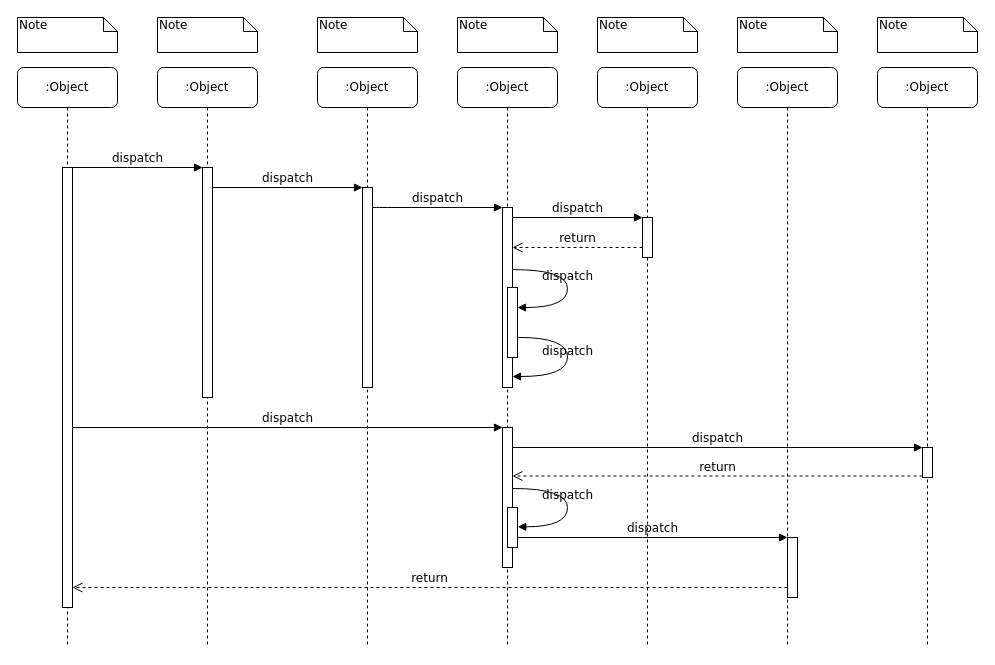
Above: Untitled Secuencia.drawio in raygoxa95/1er-Parcial (draw.io), before the change. Source tidied: cells renumbered, new cells numbered last; positions are measured from the earlier drawing's top-left corner, leaving out a move shared by most shapes. Both pictures are drawn from the tidied source at 100%, with x=0, y=0 at pixel (17, 17).
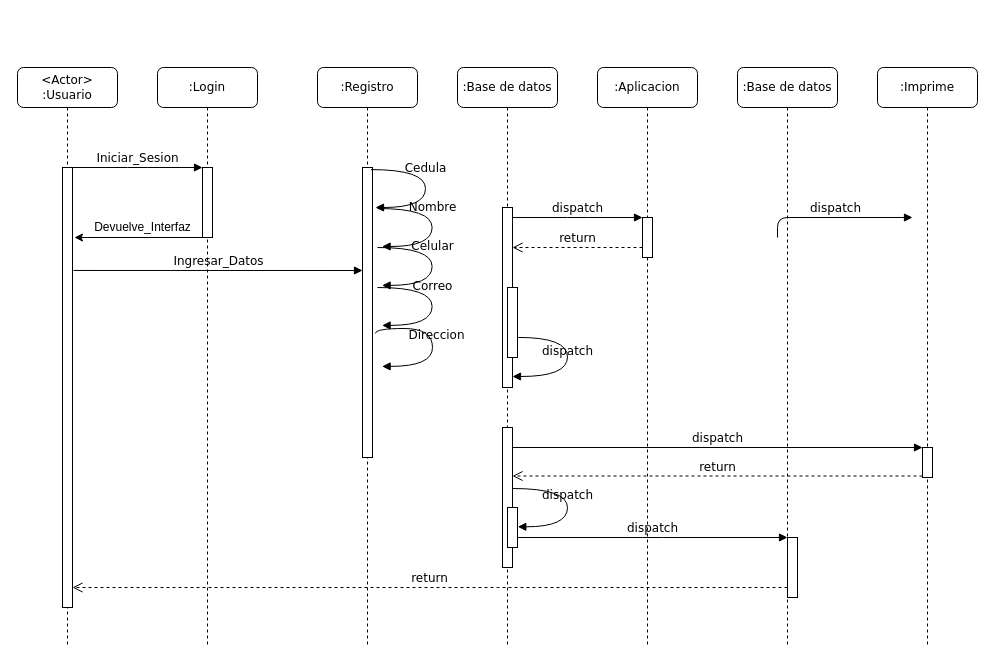
The same page after the edit.

Unchanged cells that the change refers to:
```xml
<mxCell id="11" style="html=1;points=[];perimeter=orthogonalPerimeter;rounded=0;shadow=0;comic=0;labelBackgroundColor=none;strokeWidth=1;fontFamily=Verdana;fontSize=12;align=center;" parent="10" vertex="1">
  <mxGeometry x="45" y="100" width="10" height="440" as="geometry" />
</mxCell>
<mxCell id="12" style="html=1;points=[];perimeter=orthogonalPerimeter;rounded=0;shadow=0;comic=0;labelBackgroundColor=none;strokeWidth=1;fontFamily=Verdana;fontSize=12;align=center;" parent="1" vertex="1">
  <mxGeometry x="485" y="190" width="10" height="180" as="geometry" />
</mxCell>
<mxCell id="17" style="html=1;points=[];perimeter=orthogonalPerimeter;rounded=0;shadow=0;comic=0;labelBackgroundColor=none;strokeWidth=1;fontFamily=Verdana;fontSize=12;align=center;" parent="1" vertex="1">
  <mxGeometry x="485" y="410" width="10" height="140" as="geometry" />
</mxCell>
<mxCell id="27" style="html=1;points=[];perimeter=orthogonalPerimeter;rounded=0;shadow=0;comic=0;labelBackgroundColor=none;strokeWidth=1;fontFamily=Verdana;fontSize=12;align=center;" parent="1" vertex="1">
  <mxGeometry x="490" y="270" width="10" height="70" as="geometry" />
</mxCell>
```

Change to the diagram source:
```diff
@@
+    <mxCell id="39" style="edgeStyle=orthogonalEdgeStyle;rounded=0;jettySize=auto;html=1;" parent="1" edge="1" source="2">
+      <mxGeometry relative="1" as="geometry">
+        <mxPoint x="57" y="220" as="targetPoint" />
+        <Array as="points">
+          <mxPoint x="57" y="220" />
+        </Array>
+      </mxGeometry>
+    </mxCell>
-    <mxCell id="2" value=":Object" style="shape=umlLifeline;perimeter=lifelinePerimeter;whiteSpace=wrap;html=1;outlineConnect=0;rounded=1;shadow=0;comic=0;labelBackgroundColor=none;strokeWidth=1;fontFamily=Verdana;fontSize=12;align=center;" parent="1" vertex="1">
+    <mxCell id="2" value=":Login" style="shape=umlLifeline;perimeter=lifelinePerimeter;whiteSpace=wrap;html=1;outlineConnect=0;rounded=1;shadow=0;comic=0;labelBackgroundColor=none;strokeWidth=1;fontFamily=Verdana;fontSize=12;align=center;" parent="1" vertex="1">
       <mxGeometry x="140" y="50" width="100" height="580" as="geometry" />
     </mxCell>
     <mxCell id="3" style="html=1;points=[];perimeter=orthogonalPerimeter;rounded=0;shadow=0;comic=0;labelBackgroundColor=none;strokeWidth=1;fontFamily=Verdana;fontSize=12;align=center;" parent="2" vertex="1">
-      <mxGeometry x="45" y="100" width="10" height="230" as="geometry" />
+      <mxGeometry x="45" y="100" width="10" height="70" as="geometry" />
     </mxCell>
-    <mxCell id="4" value=":Object" style="shape=umlLifeline;perimeter=lifelinePerimeter;whiteSpace=wrap;html=1;rounded=1;shadow=0;comic=0;labelBackgroundColor=none;strokeWidth=1;fontFamily=Verdana;fontSize=12;align=center;" parent="1" vertex="1">
+    <mxCell id="4" value=":Registro" style="shape=umlLifeline;perimeter=lifelinePerimeter;whiteSpace=wrap;html=1;rounded=1;shadow=0;comic=0;labelBackgroundColor=none;strokeWidth=1;fontFamily=Verdana;fontSize=12;align=center;" parent="1" vertex="1">
       <mxGeometry x="300" y="50" width="100" height="580" as="geometry" />
     </mxCell>
     <mxCell id="5" style="html=1;points=[];perimeter=orthogonalPerimeter;rounded=0;shadow=0;comic=0;labelBackgroundColor=none;strokeWidth=1;fontFamily=Verdana;fontSize=12;align=center;" parent="4" vertex="1">
-      <mxGeometry x="45" y="120" width="10" height="200" as="geometry" />
+      <mxGeometry x="45" y="100" width="10" height="290" as="geometry" />
     </mxCell>
-    <mxCell id="6" value=":Object" style="shape=umlLifeline;perimeter=lifelinePerimeter;whiteSpace=wrap;html=1;rounded=1;shadow=0;comic=0;labelBackgroundColor=none;strokeWidth=1;fontFamily=Verdana;fontSize=12;align=center;" parent="1" vertex="1">
+    <mxCell id="6" value=":Base de datos" style="shape=umlLifeline;perimeter=lifelinePerimeter;whiteSpace=wrap;html=1;rounded=1;shadow=0;comic=0;labelBackgroundColor=none;strokeWidth=1;fontFamily=Verdana;fontSize=12;align=center;" parent="1" vertex="1">
       <mxGeometry x="440" y="50" width="100" height="580" as="geometry" />
     </mxCell>
-    <mxCell id="7" value=":Object" style="shape=umlLifeline;perimeter=lifelinePerimeter;whiteSpace=wrap;html=1;rounded=1;shadow=0;comic=0;labelBackgroundColor=none;strokeWidth=1;fontFamily=Verdana;fontSize=12;align=center;" parent="1" vertex="1">
+    <mxCell id="7" value=":Aplicacion" style="shape=umlLifeline;perimeter=lifelinePerimeter;whiteSpace=wrap;html=1;rounded=1;shadow=0;comic=0;labelBackgroundColor=none;strokeWidth=1;fontFamily=Verdana;fontSize=12;align=center;" parent="1" vertex="1">
       <mxGeometry x="580" y="50" width="100" height="580" as="geometry" />
     </mxCell>
-    <mxCell id="8" value=":Object" style="shape=umlLifeline;perimeter=lifelinePerimeter;whiteSpace=wrap;html=1;rounded=1;shadow=0;comic=0;labelBackgroundColor=none;strokeWidth=1;fontFamily=Verdana;fontSize=12;align=center;" parent="1" vertex="1">
+    <mxCell id="8" value=":Base de datos" style="shape=umlLifeline;perimeter=lifelinePerimeter;whiteSpace=wrap;html=1;rounded=1;shadow=0;comic=0;labelBackgroundColor=none;strokeWidth=1;fontFamily=Verdana;fontSize=12;align=center;" parent="1" vertex="1">
       <mxGeometry x="720" y="50" width="100" height="580" as="geometry" />
     </mxCell>
-    <mxCell id="9" value=":Object" style="shape=umlLifeline;perimeter=lifelinePerimeter;whiteSpace=wrap;html=1;rounded=1;shadow=0;comic=0;labelBackgroundColor=none;strokeWidth=1;fontFamily=Verdana;fontSize=12;align=center;" parent="1" vertex="1">
+    <mxCell id="9" value=":Imprime" style="shape=umlLifeline;perimeter=lifelinePerimeter;whiteSpace=wrap;html=1;rounded=1;shadow=0;comic=0;labelBackgroundColor=none;strokeWidth=1;fontFamily=Verdana;fontSize=12;align=center;" parent="1" vertex="1">
       <mxGeometry x="860" y="50" width="100" height="580" as="geometry" />
     </mxCell>
-    <mxCell id="10" value=":Object" style="shape=umlLifeline;perimeter=lifelinePerimeter;whiteSpace=wrap;html=1;rounded=1;shadow=0;comic=0;labelBackgroundColor=none;strokeWidth=1;fontFamily=Verdana;fontSize=12;align=center;" parent="1" vertex="1">
+    <mxCell id="10" value="&amp;lt;Actor&amp;gt;&lt;br&gt;:Usuario" style="shape=umlLifeline;perimeter=lifelinePerimeter;whiteSpace=wrap;html=1;rounded=1;shadow=0;comic=0;labelBackgroundColor=none;strokeWidth=1;fontFamily=Verdana;fontSize=12;align=center;" parent="1" vertex="1">
       <mxGeometry y="50" width="100" height="580" as="geometry" />
     </mxCell>
@@
-    <mxCell id="13" value="dispatch" style="html=1;verticalAlign=bottom;endArrow=block;labelBackgroundColor=none;fontFamily=Verdana;fontSize=12;edgeStyle=elbowEdgeStyle;elbow=vertical;" parent="1" edge="1" source="5" target="12">
-      <mxGeometry relative="1" as="geometry">
-        <Array as="points">
-          <mxPoint x="360" y="190" />
-        </Array>
-      </mxGeometry>
-    </mxCell>
@@
-    <mxCell id="18" value="dispatch" style="html=1;verticalAlign=bottom;endArrow=block;entryX=0;entryY=0;labelBackgroundColor=none;fontFamily=Verdana;fontSize=12;" parent="1" edge="1" source="11" target="17">
-      <mxGeometry relative="1" as="geometry" />
-    </mxCell>
@@
-    <mxCell id="25" value="dispatch" style="html=1;verticalAlign=bottom;endArrow=block;entryX=0;entryY=0;labelBackgroundColor=none;fontFamily=Verdana;fontSize=12;edgeStyle=elbowEdgeStyle;elbow=vertical;" parent="1" edge="1" source="11" target="3">
+    <mxCell id="25" value="Iniciar_Sesion" style="html=1;verticalAlign=bottom;endArrow=block;entryX=0;entryY=0;labelBackgroundColor=none;fontFamily=Verdana;fontSize=12;edgeStyle=elbowEdgeStyle;elbow=vertical;" parent="1" edge="1" source="11" target="3">
       <mxGeometry relative="1" as="geometry" />
     </mxCell>
-    <mxCell id="26" value="dispatch" style="html=1;verticalAlign=bottom;endArrow=block;entryX=0;entryY=0;labelBackgroundColor=none;fontFamily=Verdana;fontSize=12;edgeStyle=elbowEdgeStyle;elbow=vertical;" parent="1" edge="1" source="3" target="5">
+    <mxCell id="26" value="Ingresar_Datos" style="html=1;verticalAlign=bottom;endArrow=block;labelBackgroundColor=none;fontFamily=Verdana;fontSize=12;edgeStyle=elbowEdgeStyle;elbow=vertical;exitX=1.1;exitY=0.234;exitDx=0;exitDy=0;exitPerimeter=0;" parent="1" edge="1" source="11" target="5">
       <mxGeometry relative="1" as="geometry" />
     </mxCell>
@@
-    <mxCell id="28" value="dispatch" style="html=1;verticalAlign=bottom;endArrow=block;labelBackgroundColor=none;fontFamily=Verdana;fontSize=12;elbow=vertical;edgeStyle=orthogonalEdgeStyle;curved=1;entryX=1;entryY=0.286;entryPerimeter=0;exitX=1.038;exitY=0.345;exitPerimeter=0;" parent="1" edge="1" source="12" target="27">
-      <mxGeometry relative="1" as="geometry">
-        <Array as="points">
-          <mxPoint x="550" y="252" />
-          <mxPoint x="550" y="290" />
-        </Array>
-      </mxGeometry>
-    </mxCell>
@@
-    <mxCell id="32" value="Note" style="shape=note;whiteSpace=wrap;html=1;size=14;verticalAlign=top;align=left;spacingTop=-6;rounded=0;shadow=0;comic=0;labelBackgroundColor=none;strokeWidth=1;fontFamily=Verdana;fontSize=12;" parent="1" vertex="1">
-      <mxGeometry width="100" height="35" as="geometry" />
-    </mxCell>
-    <mxCell id="33" value="Note" style="shape=note;whiteSpace=wrap;html=1;size=14;verticalAlign=top;align=left;spacingTop=-6;rounded=0;shadow=0;comic=0;labelBackgroundColor=none;strokeWidth=1;fontFamily=Verdana;fontSize=12;" parent="1" vertex="1">
-      <mxGeometry x="140" width="100" height="35" as="geometry" />
-    </mxCell>
-    <mxCell id="34" value="Note" style="shape=note;whiteSpace=wrap;html=1;size=14;verticalAlign=top;align=left;spacingTop=-6;rounded=0;shadow=0;comic=0;labelBackgroundColor=none;strokeWidth=1;fontFamily=Verdana;fontSize=12;" parent="1" vertex="1">
-      <mxGeometry x="300" width="100" height="35" as="geometry" />
-    </mxCell>
-    <mxCell id="35" value="Note" style="shape=note;whiteSpace=wrap;html=1;size=14;verticalAlign=top;align=left;spacingTop=-6;rounded=0;shadow=0;comic=0;labelBackgroundColor=none;strokeWidth=1;fontFamily=Verdana;fontSize=12;" parent="1" vertex="1">
-      <mxGeometry x="440" width="100" height="35" as="geometry" />
-    </mxCell>
-    <mxCell id="36" value="Note" style="shape=note;whiteSpace=wrap;html=1;size=14;verticalAlign=top;align=left;spacingTop=-6;rounded=0;shadow=0;comic=0;labelBackgroundColor=none;strokeWidth=1;fontFamily=Verdana;fontSize=12;" parent="1" vertex="1">
-      <mxGeometry x="580" width="100" height="35" as="geometry" />
-    </mxCell>
-    <mxCell id="37" value="Note" style="shape=note;whiteSpace=wrap;html=1;size=14;verticalAlign=top;align=left;spacingTop=-6;rounded=0;shadow=0;comic=0;labelBackgroundColor=none;strokeWidth=1;fontFamily=Verdana;fontSize=12;" parent="1" vertex="1">
-      <mxGeometry x="720" width="100" height="35" as="geometry" />
-    </mxCell>
-    <mxCell id="38" value="Note" style="shape=note;whiteSpace=wrap;html=1;size=14;verticalAlign=top;align=left;spacingTop=-6;rounded=0;shadow=0;comic=0;labelBackgroundColor=none;strokeWidth=1;fontFamily=Verdana;fontSize=12;" parent="1" vertex="1">
-      <mxGeometry x="860" width="100" height="35" as="geometry" />
-    </mxCell>
+    <mxCell id="40" value="Devuelve_Interfaz" style="text;html=1;align=center;verticalAlign=middle;" parent="1" vertex="1">
+      <mxGeometry x="70" y="200" width="110" height="20" as="geometry" />
+    </mxCell>
+    <mxCell id="41" value="Cedula" style="html=1;verticalAlign=bottom;endArrow=block;labelBackgroundColor=none;fontFamily=Verdana;fontSize=12;elbow=vertical;edgeStyle=orthogonalEdgeStyle;curved=1;entryX=1;entryY=0.286;entryPerimeter=0;exitX=1.038;exitY=0.345;exitPerimeter=0;" parent="1" edge="1">
+      <mxGeometry x="-0.23" y="-8" relative="1" as="geometry">
+        <mxPoint x="353.4" y="152.1" as="sourcePoint" />
+        <mxPoint x="358" y="190" as="targetPoint" />
+        <Array as="points">
+          <mxPoint x="408" y="152" />
+          <mxPoint x="408" y="190" />
+        </Array>
+        <mxPoint x="8" y="8" as="offset" />
+      </mxGeometry>
+    </mxCell>
+    <mxCell id="13" value="dispatch" style="html=1;verticalAlign=bottom;endArrow=block;labelBackgroundColor=none;fontFamily=Verdana;fontSize=12;edgeStyle=elbowEdgeStyle;elbow=vertical;" parent="1" edge="1">
+      <mxGeometry relative="1" as="geometry">
+        <mxPoint x="760" y="220" as="sourcePoint" />
+        <mxPoint x="895" y="200" as="targetPoint" />
+        <Array as="points">
+          <mxPoint x="770" y="200" />
+        </Array>
+      </mxGeometry>
+    </mxCell>
+    <mxCell id="42" value="Celular" style="html=1;verticalAlign=bottom;endArrow=block;labelBackgroundColor=none;fontFamily=Verdana;fontSize=12;elbow=vertical;edgeStyle=orthogonalEdgeStyle;curved=1;entryX=1;entryY=0.286;entryPerimeter=0;exitX=1.038;exitY=0.345;exitPerimeter=0;" parent="1" edge="1">
+      <mxGeometry x="-0.23" y="-8" relative="1" as="geometry">
+        <mxPoint x="360" y="230" as="sourcePoint" />
+        <mxPoint x="364.6" y="267.9" as="targetPoint" />
+        <Array as="points">
+          <mxPoint x="414.6" y="229.9" />
+          <mxPoint x="414.6" y="267.9" />
+        </Array>
+        <mxPoint x="8" y="8" as="offset" />
+      </mxGeometry>
+    </mxCell>
+    <mxCell id="43" value="Nombre" style="html=1;verticalAlign=bottom;endArrow=block;labelBackgroundColor=none;fontFamily=Verdana;fontSize=12;elbow=vertical;edgeStyle=orthogonalEdgeStyle;curved=1;entryX=1;entryY=0.286;entryPerimeter=0;exitX=1.038;exitY=0.345;exitPerimeter=0;" parent="1" edge="1">
+      <mxGeometry x="-0.23" y="-8" relative="1" as="geometry">
+        <mxPoint x="360" y="191" as="sourcePoint" />
+        <mxPoint x="364.6" y="229" as="targetPoint" />
+        <Array as="points">
+          <mxPoint x="414.6" y="190.9" />
+          <mxPoint x="414.6" y="228.9" />
+        </Array>
+        <mxPoint x="8" y="8" as="offset" />
+      </mxGeometry>
+    </mxCell>
+    <mxCell id="44" value="Correo" style="html=1;verticalAlign=bottom;endArrow=block;labelBackgroundColor=none;fontFamily=Verdana;fontSize=12;elbow=vertical;edgeStyle=orthogonalEdgeStyle;curved=1;entryX=1;entryY=0.286;entryPerimeter=0;exitX=1.038;exitY=0.345;exitPerimeter=0;" parent="1" edge="1">
+      <mxGeometry x="-0.23" y="-8" relative="1" as="geometry">
+        <mxPoint x="360" y="270" as="sourcePoint" />
+        <mxPoint x="364.6" y="307.9" as="targetPoint" />
+        <Array as="points">
+          <mxPoint x="414.6" y="269.9" />
+          <mxPoint x="414.6" y="307.9" />
+        </Array>
+        <mxPoint x="8" y="8" as="offset" />
+      </mxGeometry>
+    </mxCell>
+    <mxCell id="45" value="Direccion" style="html=1;verticalAlign=bottom;endArrow=block;labelBackgroundColor=none;fontFamily=Verdana;fontSize=12;elbow=vertical;edgeStyle=orthogonalEdgeStyle;curved=1;entryX=1;entryY=0.286;entryPerimeter=0;exitX=1.3;exitY=0.603;exitPerimeter=0;exitDx=0;exitDy=0;" parent="1" edge="1">
+      <mxGeometry x="-0.23" y="-8" relative="1" as="geometry">
+        <mxPoint x="358" y="315.9" as="sourcePoint" />
+        <mxPoint x="364.6" y="348.9" as="targetPoint" />
+        <Array as="points">
+          <mxPoint x="358" y="311" />
+          <mxPoint x="415" y="311" />
+          <mxPoint x="415" y="349" />
+        </Array>
+        <mxPoint x="8" y="8" as="offset" />
+      </mxGeometry>
+    </mxCell>
```
